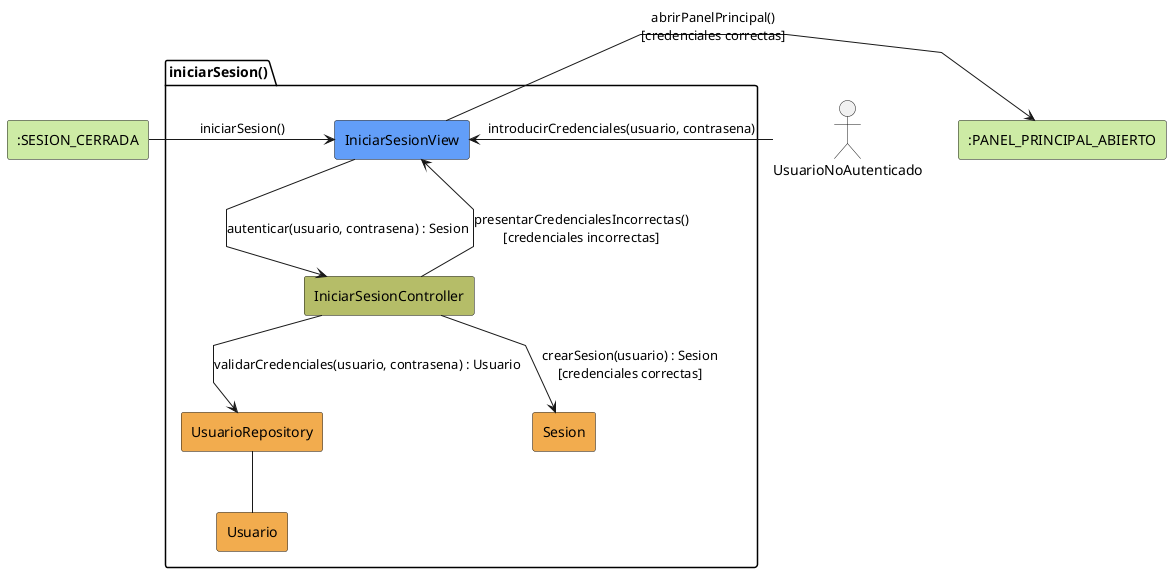
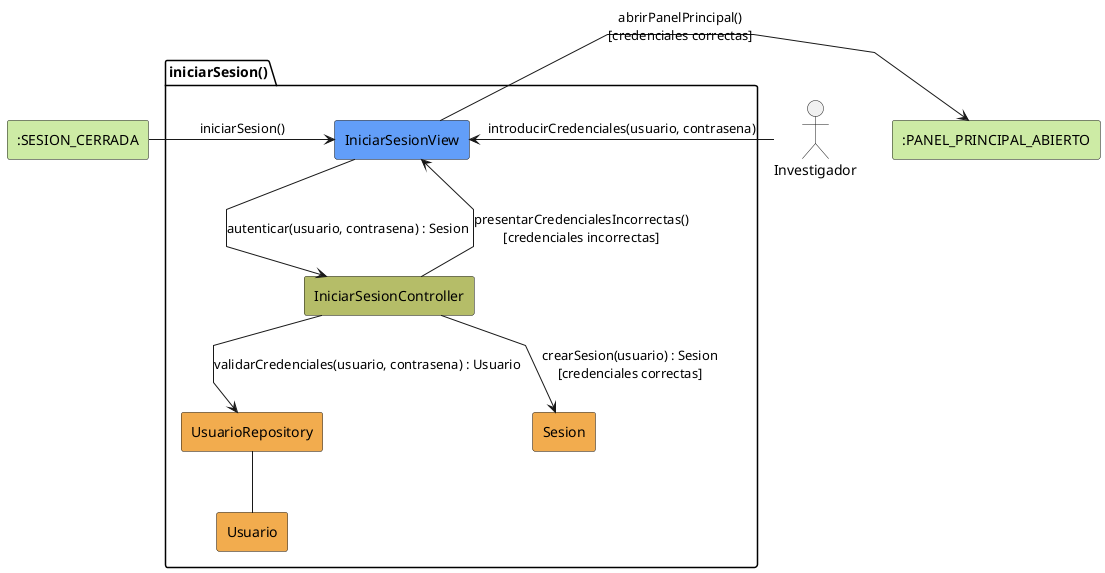
@startuml iniciarSesion-analisis
skinparam linetype polyline

- actor UsuarioNoAutenticado
+ actor Investigador
rectangle #CDEBA5 ":SESION_CERRADA" as SesionCerrada

package iniciarSesion as "iniciarSesion()" {
    rectangle #629EF9 IniciarSesionView
    rectangle #b5bd68 IniciarSesionController
    rectangle #F2AC4E UsuarioRepository
    rectangle #F2AC4E Usuario
    rectangle #F2AC4E Sesion
}

rectangle #CDEBA5 ":PANEL_PRINCIPAL_ABIERTO" as PanelPrincipalAbierto

SesionCerrada -r-> IniciarSesionView: iniciarSesion()

- UsuarioNoAutenticado -r-> IniciarSesionView: introducirCredenciales(usuario, contrasena)
+ Investigador -r-> IniciarSesionView: introducirCredenciales(usuario, contrasena)

IniciarSesionView -d-> IniciarSesionController: autenticar(usuario, contrasena) : Sesion

IniciarSesionController --> UsuarioRepository: validarCredenciales(usuario, contrasena) : Usuario

UsuarioRepository -- Usuario

IniciarSesionController --> IniciarSesionView: presentarCredencialesIncorrectas()\n[credenciales incorrectas]

IniciarSesionController --> Sesion: crearSesion(usuario) : Sesion\n[credenciales correctas]

IniciarSesionView -r-> PanelPrincipalAbierto: abrirPanelPrincipal()\n[credenciales correctas]

@enduml
